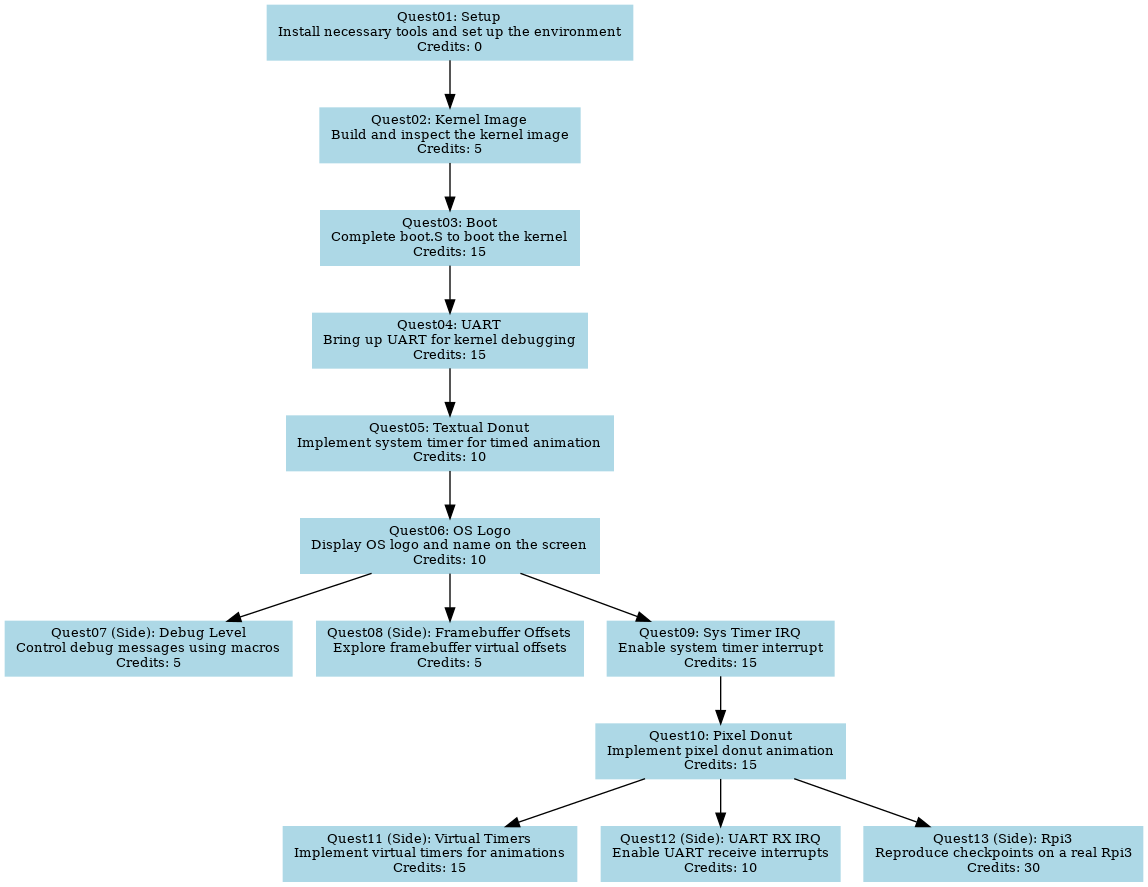
Faatheh/CSE3320-Lab1 keeps this Graphviz diagram as docs/quests.png. Above is the earlier version. Its source is kept beside it as docs/quests.dot. Source of this version:
```dot


digraph QuestDependencies {
    node [shape=box, style=filled, color=lightblue];

    quest01 -> quest02;
    quest02 -> quest03;
    quest03 -> quest04;
    quest04 -> quest05;
    quest05 -> quest06;
    quest06 -> quest07;
    quest06 -> quest08;
    quest06 -> quest09;
    quest09 -> quest10;
    quest10 -> quest11;
    quest10 -> quest12;
    quest10 -> quest13;

    quest01 [label="Quest01: Setup\nInstall necessary tools and set up the environment\nCredits: 0", fontsize=10];
    quest02 [label="Quest02: Kernel Image\nBuild and inspect the kernel image\nCredits: 5", fontsize=10];
    quest03 [label="Quest03: Boot\nComplete boot.S to boot the kernel\nCredits: 15", fontsize=10];
    quest04 [label="Quest04: UART\nBring up UART for kernel debugging\nCredits: 15", fontsize=10];
    quest05 [label="Quest05: Textual Donut\nImplement system timer for timed animation\nCredits: 10", fontsize=10];
    quest06 [label="Quest06: OS Logo\nDisplay OS logo and name on the screen\nCredits: 10", fontsize=10];
    quest07 [label="Quest07 (Side): Debug Level\nControl debug messages using macros\nCredits: 5", fontsize=10];
    quest08 [label="Quest08 (Side): Framebuffer Offsets\nExplore framebuffer virtual offsets\nCredits: 5", fontsize=10];
    quest09 [label="Quest09: Sys Timer IRQ\nEnable system timer interrupt\nCredits: 15", fontsize=10];
    quest10 [label="Quest10: Pixel Donut\nImplement pixel donut animation\nCredits: 15", fontsize=10];
    quest11 [label="Quest11 (Side): Virtual Timers\nImplement virtual timers for animations\nCredits: 15", fontsize=10];
    quest12 [label="Quest12 (Side): UART RX IRQ\nEnable UART receive interrupts\nCredits: 10", fontsize=10];
    quest13 [label="Quest13 (Side): Rpi3\nReproduce checkpoints on a real Rpi3\nCredits: 30", fontsize=10];

}
```
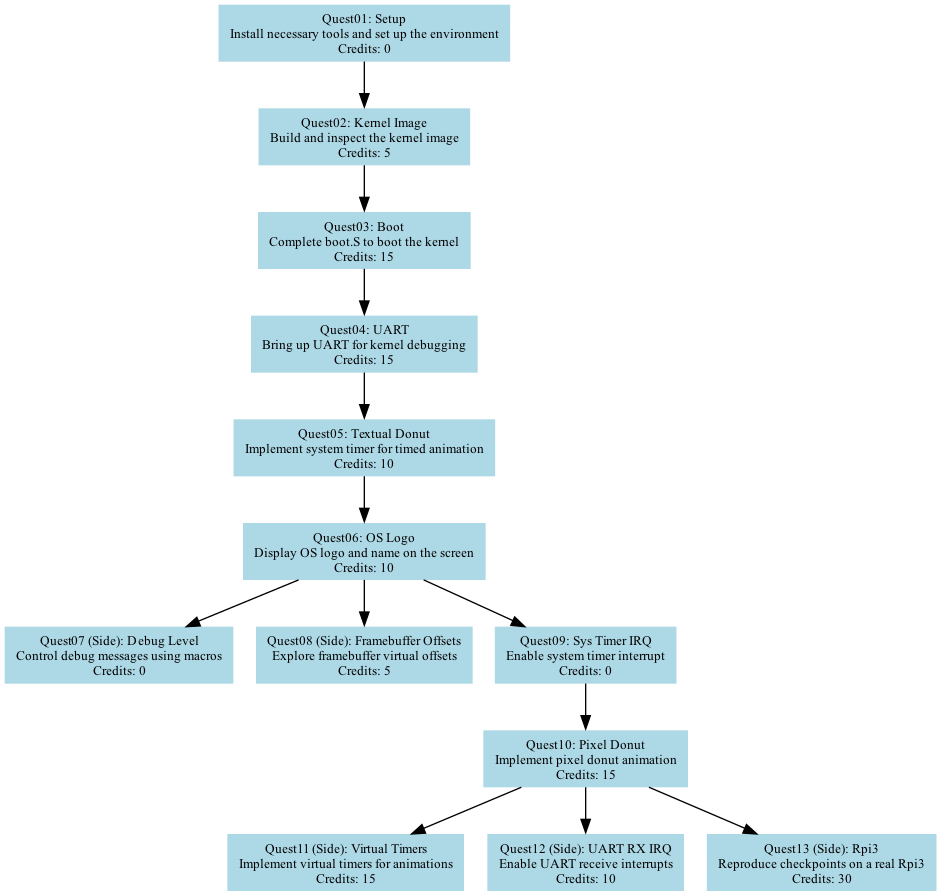
Above is the later version.

Change to the diagram source:
```diff
@@ -22,9 +22,9 @@
     quest04 [label="Quest04: UART\nBring up UART for kernel debugging\nCredits: 15", fontsize=10];
     quest05 [label="Quest05: Textual Donut\nImplement system timer for timed animation\nCredits: 10", fontsize=10];
     quest06 [label="Quest06: OS Logo\nDisplay OS logo and name on the screen\nCredits: 10", fontsize=10];
-    quest07 [label="Quest07 (Side): Debug Level\nControl debug messages using macros\nCredits: 5", fontsize=10];
+    quest07 [label="Quest07 (Side): Debug Level\nControl debug messages using macros\nCredits: 0", fontsize=10];
     quest08 [label="Quest08 (Side): Framebuffer Offsets\nExplore framebuffer virtual offsets\nCredits: 5", fontsize=10];
-    quest09 [label="Quest09: Sys Timer IRQ\nEnable system timer interrupt\nCredits: 15", fontsize=10];
+    quest09 [label="Quest09: Sys Timer IRQ\nEnable system timer interrupt\nCredits: 0", fontsize=10];
     quest10 [label="Quest10: Pixel Donut\nImplement pixel donut animation\nCredits: 15", fontsize=10];
     quest11 [label="Quest11 (Side): Virtual Timers\nImplement virtual timers for animations\nCredits: 15", fontsize=10];
     quest12 [label="Quest12 (Side): UART RX IRQ\nEnable UART receive interrupts\nCredits: 10", fontsize=10];
```
